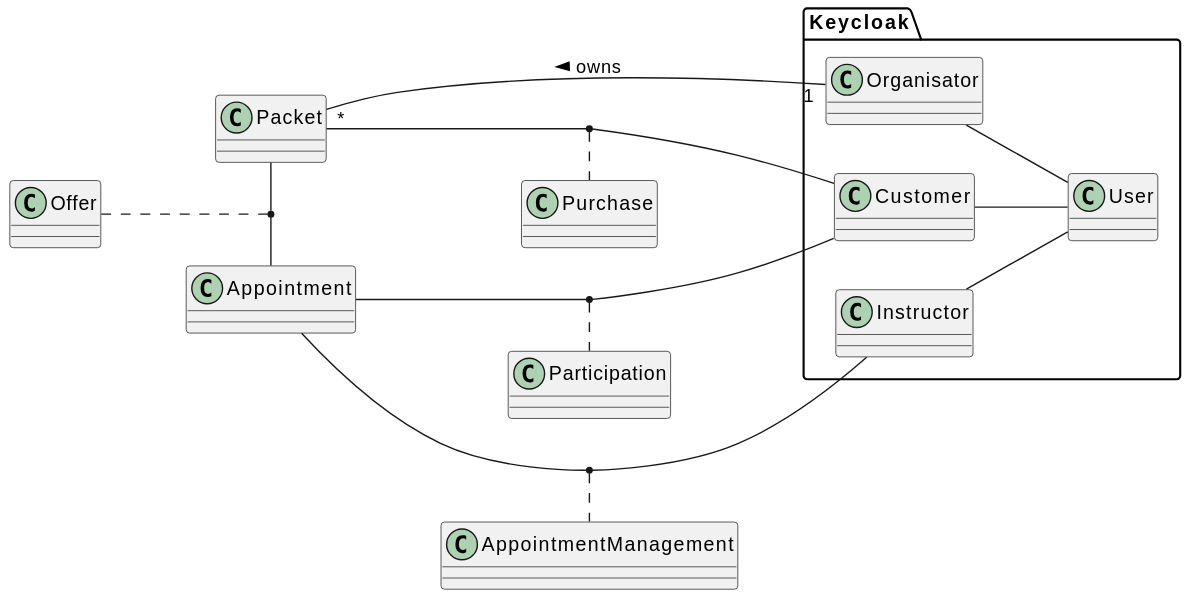
This is images/cld.svg from 2324-4bhif-syp/2324-4bhif-syp-project-kurstermine, a PlantUML export, as it was before one commit. Its source is kept beside it as plantuml/cld.puml.
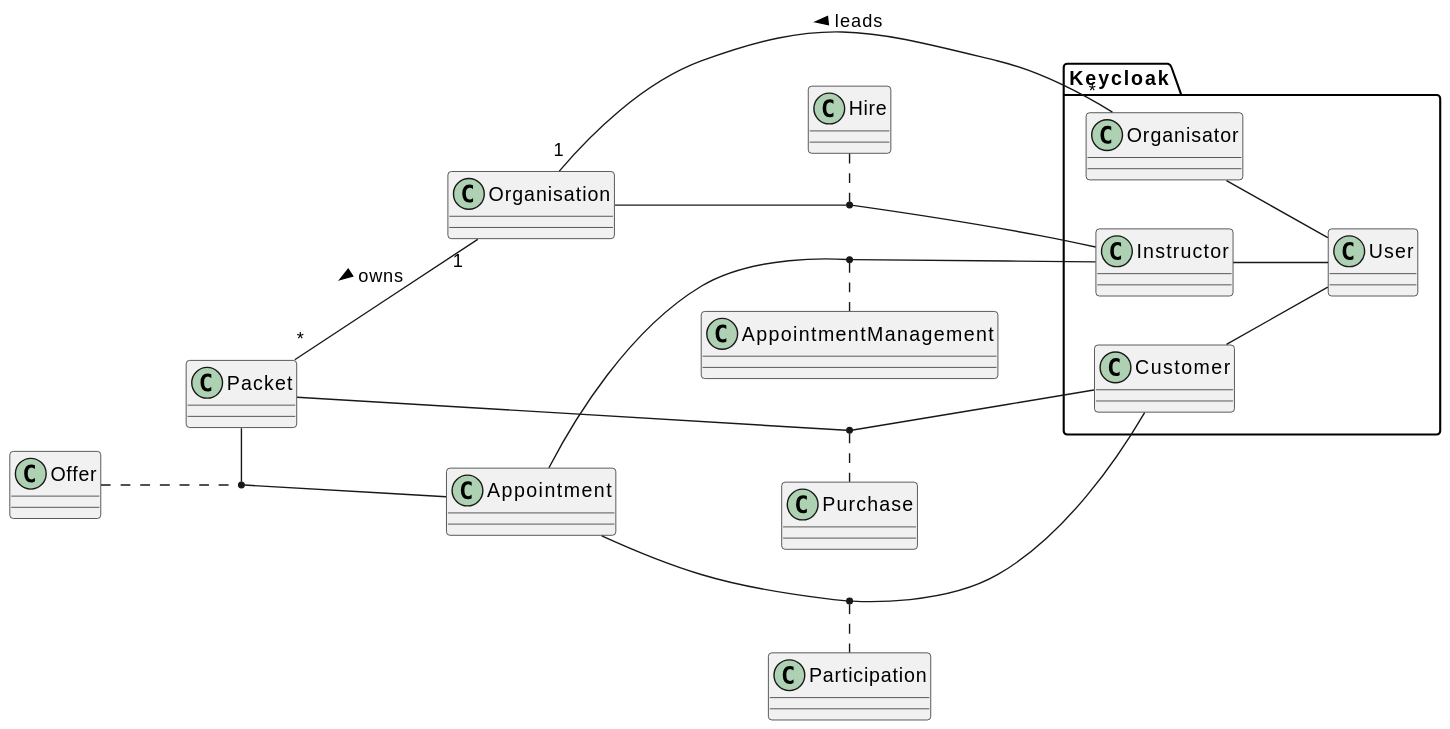
The same file after the commit.

The edit, as a diff of the source:
```diff
@@ -1,11 +1,5 @@
 @startuml
 left to right direction
-
-class Packet {
-}
-
-class Appointment {
-}
 
 package Keycloak {
     class User {
@@ -22,7 +16,9 @@
 }
 
 Packet -left- Appointment
-Packet "*"--"1" Organisator: < owns
+Packet "*"--"1" Organisation: < owns
+Organisation "1"--"*" Organisator: < leads
+Hire .. (Organisation, Instructor)
 Instructor -- User
 Customer -- User
 Organisator -- User
```
